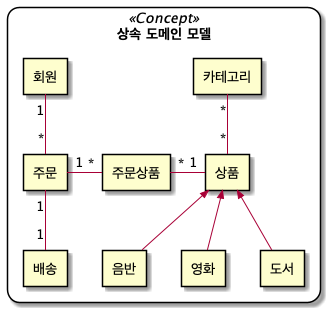
chulgil/jpashop keeps this PlantUML diagram as uml/BaseDomain.png. Above is the earlier version. The source it was exported from:
```plantuml
@startuml
skinparam rectangle {
    roundCorner<<Concept>> 25
}

rectangle " 상속 도메인 모델 " <<Concept>> {

    rectangle "회원"
    rectangle "주문"
    rectangle "주문상품"
    rectangle "상품"
    rectangle "도서"
    rectangle "음반"
    rectangle "영화"
    rectangle "카테고리"
    rectangle "배송"

    회원 "1" -- "*" 주문
    주문 "1" - "*" 주문상품
    주문 "1" -- "1" 배송
    주문상품 "*" - "1" 상품
    카테고리 "*" -- "*" 상품

    상품 <<-- 영화
    상품 <<-- 음반
    상품 <<-- 도서

}

@enduml
```
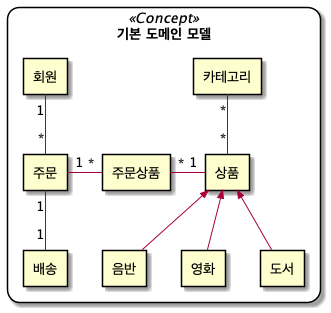
Later version of the same file.

Commit message:
Docs: 요구사항정의

What changed in the source:
```diff
@@ -3,7 +3,7 @@
     roundCorner<<Concept>> 25
 }
 
-rectangle " 상속 도메인 모델 " <<Concept>> {
+rectangle " 기본 도메인 모델 " <<Concept>> {
 
     rectangle "회원"
     rectangle "주문"
@@ -21,8 +21,8 @@
     주문상품 "*" - "1" 상품
     카테고리 "*" -- "*" 상품
 
+    상품 <<-- 음반
     상품 <<-- 영화
-    상품 <<-- 음반
     상품 <<-- 도서
 
 }
```
